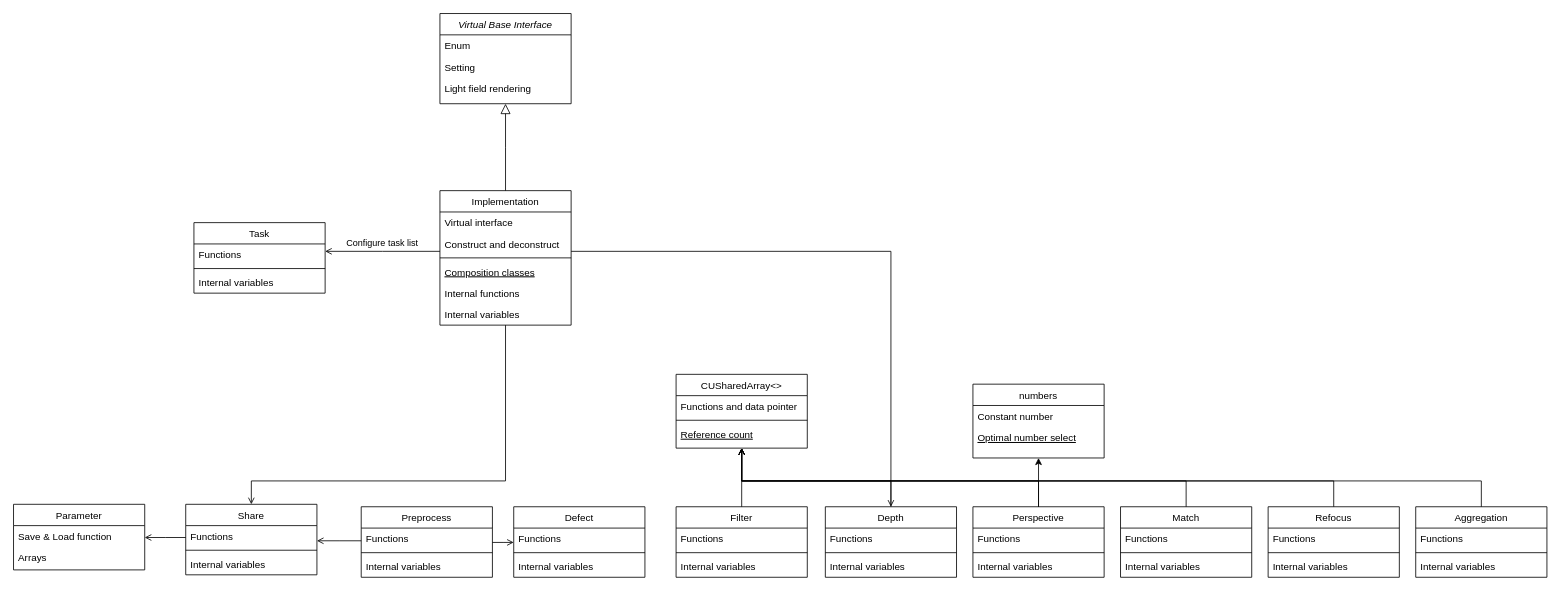
This is class.drawio from Mintpasokon/OpenCV-wavelet, a draw.io file, before an edit. Source tidied: cells renumbered, new cells numbered last; positions are measured from the earlier drawing's top-left corner, leaving out a move shared by most shapes. Both pictures are drawn from the tidied source at 82%, with x=0, y=0 at pixel (13, 13).
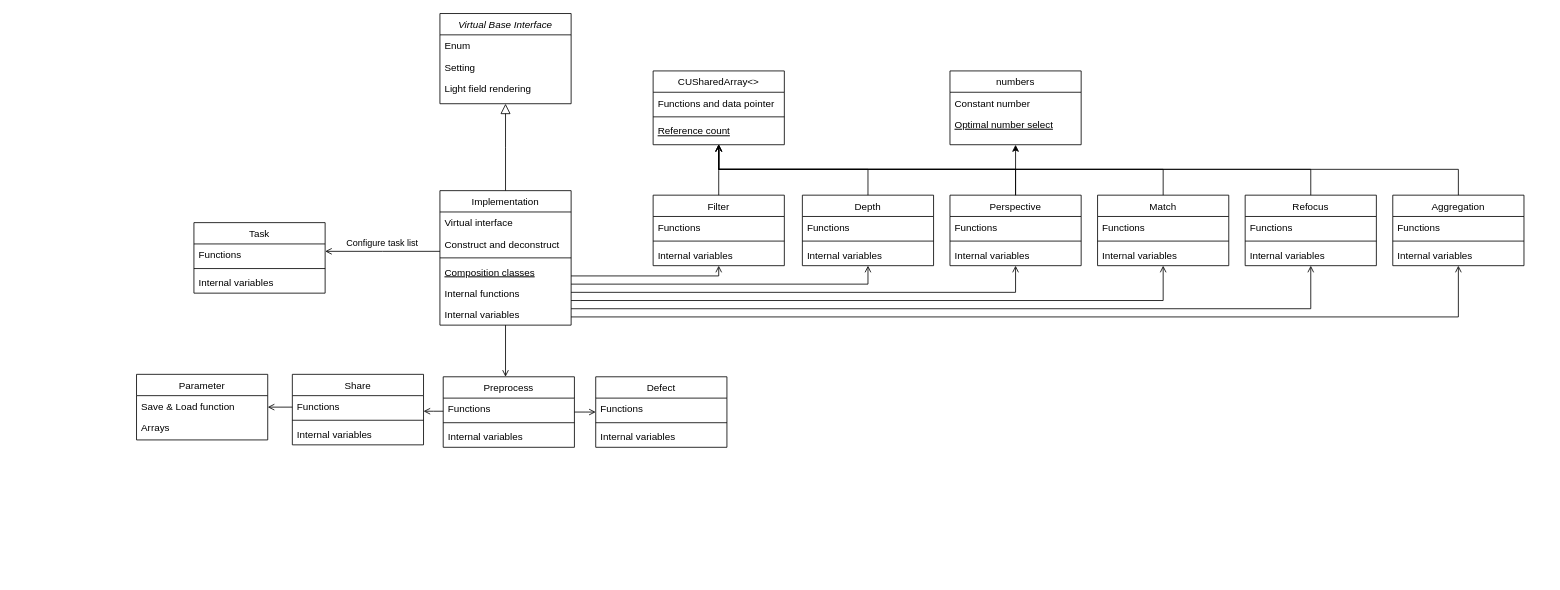
After the change.

The change refers to these unchanged cells:
```xml
<mxCell id="6" value="Implementation" style="swimlane;fontStyle=0;align=center;verticalAlign=top;horizontal=1;startSize=26;rounded=0;shadow=0;strokeWidth=1;" parent="1" vertex="1">
  <mxGeometry x="520" y="216" width="160" height="164" as="geometry" />
</mxCell>
```

What changed in the source:
```diff
@@
     <mxCell id="14" value="Filter" style="swimlane;fontStyle=0;align=center;verticalAlign=top;horizontal=1;startSize=26;rounded=0;shadow=0;strokeWidth=1;" parent="1" vertex="1">
-      <mxGeometry x="808" y="601.5" width="160" height="86" as="geometry" />
+      <mxGeometry x="780" y="221.5" width="160" height="86" as="geometry" />
     </mxCell>
@@
     <mxCell id="19" value="CUSharedArray&lt;&gt;" style="swimlane;fontStyle=0;align=center;verticalAlign=top;horizontal=1;startSize=26;rounded=0;shadow=0;strokeWidth=1;" parent="1" vertex="1">
-      <mxGeometry x="808" y="440" width="160" height="90" as="geometry" />
+      <mxGeometry x="780" y="70" width="160" height="90" as="geometry" />
     </mxCell>
@@
     <mxCell id="23" value="numbers" style="swimlane;fontStyle=0;align=center;verticalAlign=top;horizontal=1;startSize=26;rounded=0;shadow=0;strokeWidth=1;" parent="1" vertex="1">
-      <mxGeometry x="1170" y="452" width="160" height="90" as="geometry" />
+      <mxGeometry x="1142" y="70" width="160" height="90" as="geometry" />
     </mxCell>
@@
     <mxCell id="26" value="Aggregation" style="swimlane;fontStyle=0;align=center;verticalAlign=top;horizontal=1;startSize=26;rounded=0;shadow=0;strokeWidth=1;" parent="1" vertex="1">
-      <mxGeometry x="1710" y="601.5" width="160" height="86" as="geometry" />
+      <mxGeometry x="1682" y="221.5" width="160" height="86" as="geometry" />
     </mxCell>
@@
     <mxCell id="30" value="Defect" style="swimlane;fontStyle=0;align=center;verticalAlign=top;horizontal=1;startSize=26;rounded=0;shadow=0;strokeWidth=1;" parent="1" vertex="1">
-      <mxGeometry x="610" y="601.5" width="160" height="86" as="geometry" />
+      <mxGeometry x="710" y="443" width="160" height="86" as="geometry" />
     </mxCell>
@@
     <mxCell id="34" value="Depth" style="swimlane;fontStyle=0;align=center;verticalAlign=top;horizontal=1;startSize=26;rounded=0;shadow=0;strokeWidth=1;" parent="1" vertex="1">
-      <mxGeometry x="990" y="601.5" width="160" height="86" as="geometry" />
+      <mxGeometry x="962" y="221.5" width="160" height="86" as="geometry" />
     </mxCell>
@@
     <mxCell id="38" value="Match" style="swimlane;fontStyle=0;align=center;verticalAlign=top;horizontal=1;startSize=26;rounded=0;shadow=0;strokeWidth=1;" parent="1" vertex="1">
-      <mxGeometry x="1350" y="601.5" width="160" height="86" as="geometry" />
+      <mxGeometry x="1322" y="221.5" width="160" height="86" as="geometry" />
     </mxCell>
@@
     <mxCell id="42" value="Perspective" style="swimlane;fontStyle=0;align=center;verticalAlign=top;horizontal=1;startSize=26;rounded=0;shadow=0;strokeWidth=1;" parent="1" vertex="1">
-      <mxGeometry x="1170" y="601.5" width="160" height="86" as="geometry" />
+      <mxGeometry x="1142" y="221.5" width="160" height="86" as="geometry" />
     </mxCell>
@@
     <mxCell id="46" value="Preprocess" style="swimlane;fontStyle=0;align=center;verticalAlign=top;horizontal=1;startSize=26;rounded=0;shadow=0;strokeWidth=1;" parent="1" vertex="1">
-      <mxGeometry x="424" y="601.5" width="160" height="86" as="geometry" />
+      <mxGeometry x="524" y="443" width="160" height="86" as="geometry" />
     </mxCell>
@@
     <mxCell id="50" value="Refocus" style="swimlane;fontStyle=0;align=center;verticalAlign=top;horizontal=1;startSize=26;rounded=0;shadow=0;strokeWidth=1;" parent="1" vertex="1">
-      <mxGeometry x="1530" y="601.5" width="160" height="86" as="geometry" />
+      <mxGeometry x="1502" y="221.5" width="160" height="86" as="geometry" />
     </mxCell>
@@
     <mxCell id="54" value="Share" style="swimlane;fontStyle=0;align=center;verticalAlign=top;horizontal=1;startSize=26;rounded=0;shadow=0;strokeWidth=1;" parent="1" vertex="1">
-      <mxGeometry x="210" y="598.5" width="160" height="86" as="geometry" />
+      <mxGeometry x="340" y="440" width="160" height="86" as="geometry" />
     </mxCell>
@@
     <mxCell id="62" value="Parameter" style="swimlane;fontStyle=0;align=center;verticalAlign=top;horizontal=1;startSize=26;rounded=0;shadow=0;strokeWidth=1;" parent="1" vertex="1">
-      <mxGeometry y="598.5" width="160" height="80" as="geometry" />
+      <mxGeometry x="150" y="440" width="160" height="80" as="geometry" />
     </mxCell>
@@
     <mxCell id="67" style="endArrow=open;shadow=0;strokeWidth=1;rounded=0;endFill=1;edgeStyle=elbowEdgeStyle;elbow=vertical;" parent="1" edge="1" source="34" target="19">
       <mxGeometry x="0.5" y="41" relative="1" as="geometry">
         <Array as="points">
-          <mxPoint x="980" y="570" />
+          <mxPoint x="952" y="190" />
         </Array>
         <mxPoint x="-40" y="32" as="offset" />
       </mxGeometry>
     </mxCell>
-    <mxCell id="68" style="endArrow=open;shadow=0;strokeWidth=1;rounded=0;endFill=1;edgeStyle=elbowEdgeStyle;elbow=vertical;" parent="1" edge="1" source="6" target="54">
+    <mxCell id="68" style="endArrow=open;shadow=0;strokeWidth=1;rounded=0;endFill=1;edgeStyle=elbowEdgeStyle;elbow=vertical;" parent="1" edge="1" source="6" target="46">
       <mxGeometry x="0.5" y="41" relative="1" as="geometry">
         <Array as="points">
-          <mxPoint x="440" y="570" />
+          <mxPoint x="600" y="470" />
         </Array>
         <mxPoint x="-40" y="32" as="offset" />
       </mxGeometry>
     </mxCell>
@@
     <mxCell id="70" style="endArrow=open;shadow=0;strokeWidth=1;rounded=0;endFill=1;edgeStyle=elbowEdgeStyle;elbow=vertical;" parent="1" edge="1" source="42" target="19">
       <mxGeometry x="0.5" y="41" relative="1" as="geometry">
         <Array as="points">
-          <mxPoint x="980" y="570" />
+          <mxPoint x="952" y="190" />
         </Array>
         <mxPoint x="-40" y="32" as="offset" />
       </mxGeometry>
     </mxCell>
     <mxCell id="71" style="endArrow=open;shadow=0;strokeWidth=1;rounded=0;endFill=1;edgeStyle=elbowEdgeStyle;elbow=vertical;" parent="1" edge="1" source="38" target="19">
       <mxGeometry x="0.5" y="41" relative="1" as="geometry">
         <Array as="points">
-          <mxPoint x="1080" y="570" />
+          <mxPoint x="1052" y="190" />
         </Array>
         <mxPoint x="-40" y="32" as="offset" />
       </mxGeometry>
     </mxCell>
     <mxCell id="72" style="endArrow=open;shadow=0;strokeWidth=1;rounded=0;endFill=1;edgeStyle=elbowEdgeStyle;elbow=vertical;" parent="1" edge="1" source="50" target="19">
       <mxGeometry x="0.5" y="41" relative="1" as="geometry">
         <Array as="points">
-          <mxPoint x="1160" y="570" />
+          <mxPoint x="1132" y="190" />
         </Array>
         <mxPoint x="-40" y="32" as="offset" />
       </mxGeometry>
     </mxCell>
     <mxCell id="73" style="endArrow=open;shadow=0;strokeWidth=1;rounded=0;endFill=1;edgeStyle=elbowEdgeStyle;elbow=vertical;" parent="1" edge="1" source="26" target="19">
       <mxGeometry x="0.5" y="41" relative="1" as="geometry">
         <Array as="points">
-          <mxPoint x="888" y="570" />
+          <mxPoint x="860" y="190" />
         </Array>
         <mxPoint x="-40" y="32" as="offset" />
       </mxGeometry>
     </mxCell>
@@
     <mxCell id="76" style="endArrow=open;shadow=0;strokeWidth=1;rounded=0;endFill=1;edgeStyle=elbowEdgeStyle;elbow=vertical;" parent="1" edge="1" source="6" target="34">
       <mxGeometry y="-10" relative="1" as="geometry">
         <Array as="points">
-          <mxPoint x="940" y="290" />
+          <mxPoint x="1042" y="330" />
         </Array>
       </mxGeometry>
     </mxCell>
+    <mxCell id="77" style="endArrow=open;shadow=0;strokeWidth=1;rounded=0;endFill=1;edgeStyle=elbowEdgeStyle;elbow=vertical;" parent="1" edge="1" source="6" target="14">
+      <mxGeometry y="-10" relative="1" as="geometry">
+        <Array as="points">
+          <mxPoint x="860" y="320" />
+        </Array>
+      </mxGeometry>
+    </mxCell>
+    <mxCell id="78" style="endArrow=open;shadow=0;strokeWidth=1;rounded=0;endFill=1;edgeStyle=elbowEdgeStyle;elbow=vertical;" parent="1" edge="1" source="6" target="50">
+      <mxGeometry y="-10" relative="1" as="geometry">
+        <Array as="points">
+          <mxPoint x="1582" y="360" />
+        </Array>
+      </mxGeometry>
+    </mxCell>
+    <mxCell id="79" style="endArrow=open;shadow=0;strokeWidth=1;rounded=0;endFill=1;edgeStyle=elbowEdgeStyle;elbow=vertical;" parent="1" edge="1" source="6" target="38">
+      <mxGeometry y="-10" relative="1" as="geometry">
+        <Array as="points">
+          <mxPoint x="1402" y="350" />
+        </Array>
+      </mxGeometry>
+    </mxCell>
+    <mxCell id="80" style="endArrow=open;shadow=0;strokeWidth=1;rounded=0;endFill=1;edgeStyle=elbowEdgeStyle;elbow=vertical;" parent="1" edge="1" source="6" target="42">
+      <mxGeometry y="-10" relative="1" as="geometry">
+        <Array as="points">
+          <mxPoint x="1072" y="340" />
+        </Array>
+      </mxGeometry>
+    </mxCell>
+    <mxCell id="81" style="endArrow=open;shadow=0;strokeWidth=1;rounded=0;endFill=1;edgeStyle=elbowEdgeStyle;elbow=vertical;" parent="1" edge="1" source="6" target="26">
+      <mxGeometry y="-10" relative="1" as="geometry">
+        <Array as="points">
+          <mxPoint x="1762" y="370" />
+        </Array>
+      </mxGeometry>
+    </mxCell>
```
